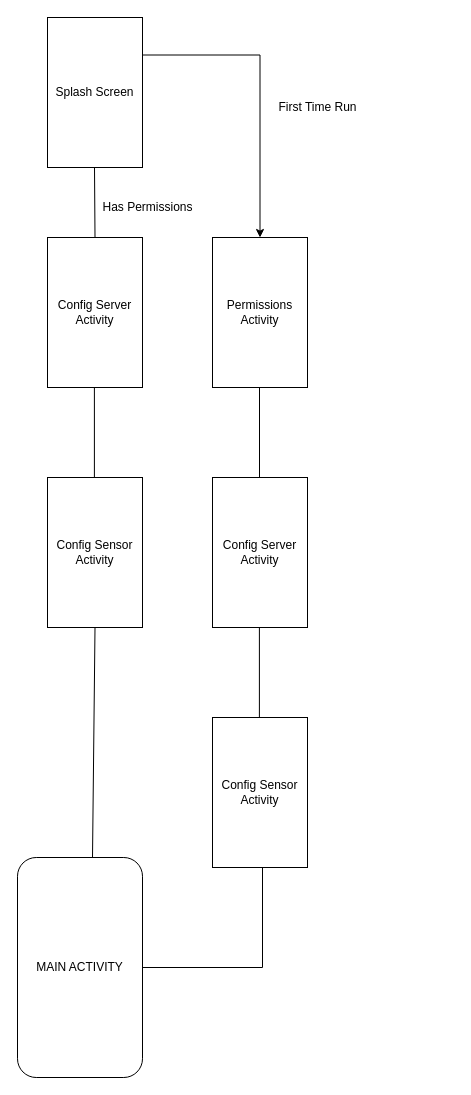
The draw.io diagram Untitled Diagram.drawio in erfanakhavanrad/EventBus, before the edit. Source tidied: cells renumbered, new cells numbered last; positions are measured from the earlier drawing's top-left corner, leaving out a move shared by most shapes. Both pictures are drawn from the tidied source at 100%, with x=0, y=0 at pixel (17, 17).
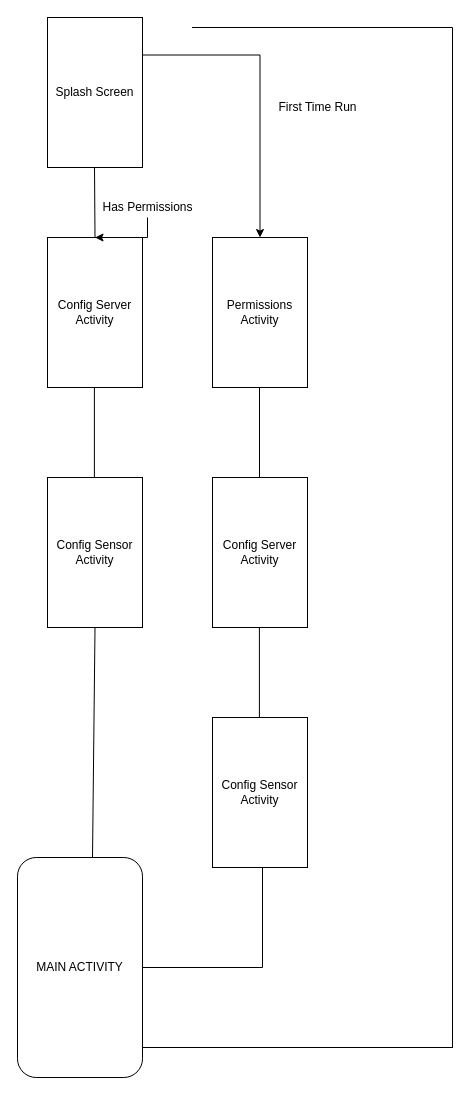
Above is the later version.

Unchanged cells that the change refers to:
```xml
<mxCell id="13" value="Config Server Activity" style="rounded=0;whiteSpace=wrap;html=1;direction=south;" parent="1" vertex="1">
  <mxGeometry x="30" y="220" width="95" height="150" as="geometry" />
</mxCell>
<mxCell id="17" value="Has Permissions" style="text;html=1;align=center;verticalAlign=middle;points=[];strokeColor=none;fillColor=none;" parent="1" vertex="1">
  <mxGeometry x="75" y="180" width="110" height="20" as="geometry" />
</mxCell>
```

Change to the diagram source:
```diff
@@
+    <mxCell id="18" style="edgeStyle=orthogonalEdgeStyle;rounded=0;jettySize=auto;html=1;" parent="1" edge="1" source="17" target="13">
+      <mxGeometry relative="1" as="geometry" />
+    </mxCell>
@@
+    <mxCell id="19" style="shape=partialRectangle;whiteSpace=wrap;html=1;top=0;left=0;fillColor=none;direction=north;" parent="1" vertex="1">
+      <mxGeometry x="175" y="10" width="260" height="1020" as="geometry" />
+    </mxCell>
+    <mxCell id="20" style="endArrow=none;html=1;rounded=0;" parent="1" edge="1">
+      <mxGeometry relative="1" as="geometry">
+        <mxPoint x="125" y="1030" as="sourcePoint" />
+        <mxPoint x="285" y="1030" as="targetPoint" />
+      </mxGeometry>
+    </mxCell>
+    <mxCell id="21" style="endArrow=none;html=1;rounded=0;" parent="1" edge="1">
+      <mxGeometry relative="1" as="geometry">
+        <mxPoint x="275" y="1030" as="sourcePoint" />
+        <mxPoint x="435" y="1030" as="targetPoint" />
+      </mxGeometry>
+    </mxCell>
```
